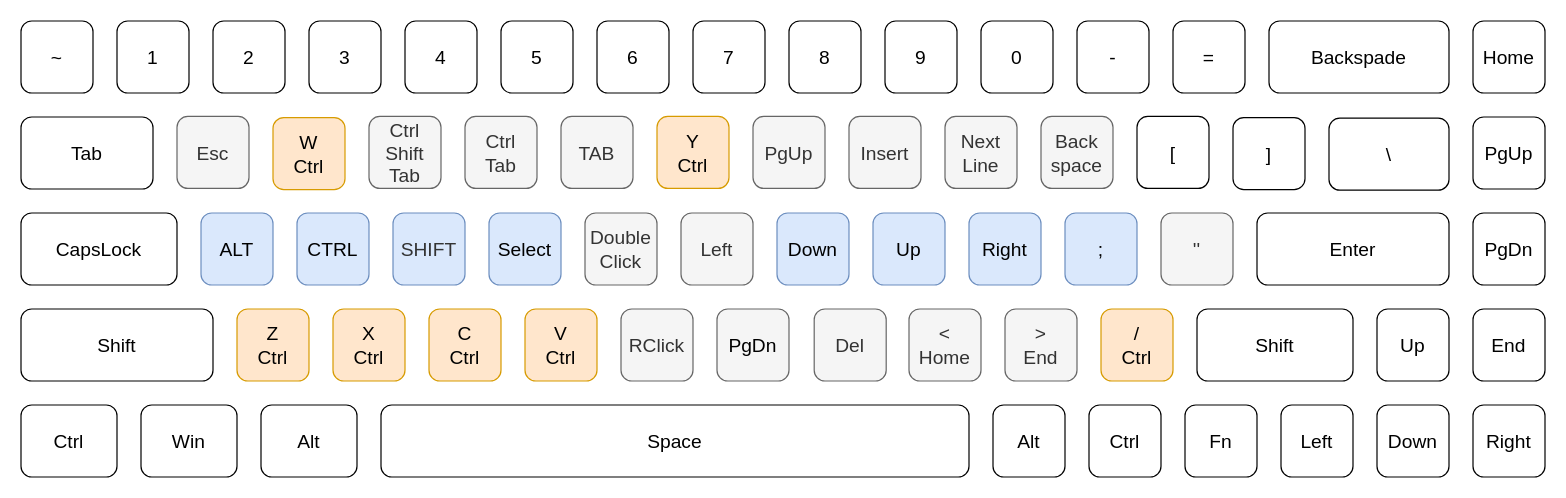
Above: Key_Mapping.drawio in HeisensOppings/AHK-Script-For-VIm (draw.io), before the change. Source tidied: cells renumbered, new cells numbered last; positions are measured from the earlier drawing's top-left corner, leaving out a move shared by most shapes. Both pictures are drawn from the tidied source at 120%, with x=0, y=0 at pixel (20, 20).
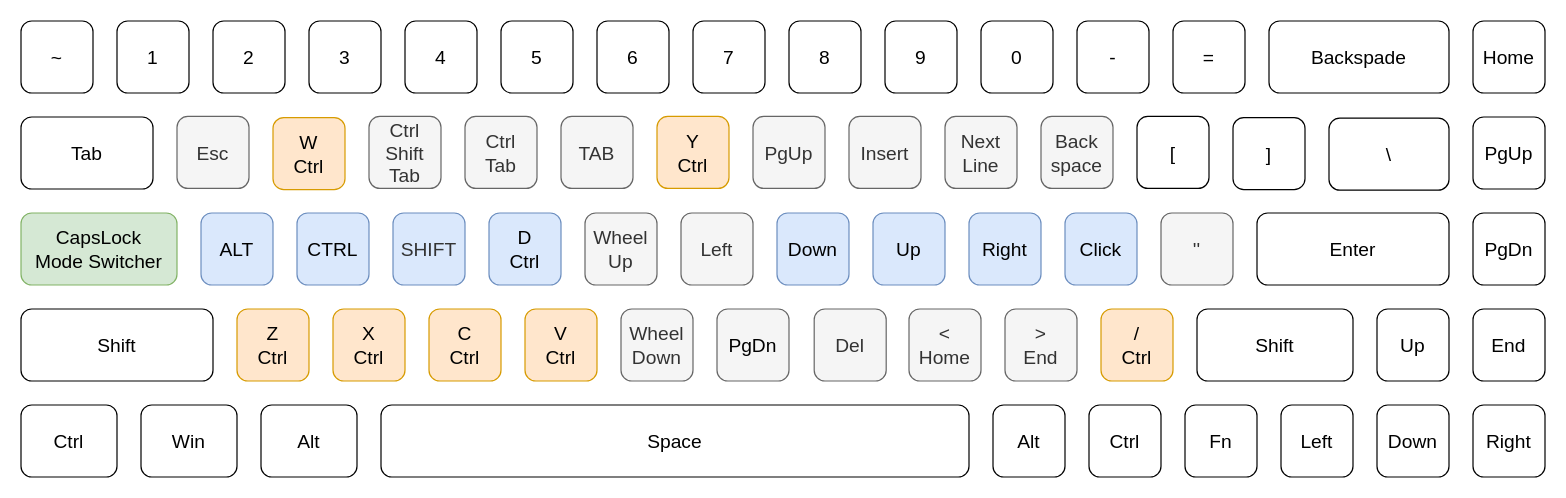
After the change.

Commit message (it also covers changes not shown here):
[ahk][fix capslock bug at startup, update features]

Change to the diagram source:
```diff
@@
-    <mxCell id="15" value=";" style="whiteSpace=wrap;html=1;rounded=1;fillColor=#dae8fc;strokeColor=#6c8ebf;fontSize=16;" parent="1" vertex="1">
+    <mxCell id="15" value="Click" style="whiteSpace=wrap;html=1;rounded=1;fillColor=#dae8fc;strokeColor=#6c8ebf;fontSize=16;" parent="1" vertex="1">
       <mxGeometry x="870" y="160" width="60" height="60" as="geometry" />
     </mxCell>
@@
-    <mxCell id="19" value="Select" style="whiteSpace=wrap;html=1;rounded=1;fillColor=#dae8fc;strokeColor=#6c8ebf;fontSize=16;" parent="1" vertex="1">
+    <mxCell id="19" value="D&lt;br&gt;Ctrl" style="whiteSpace=wrap;html=1;rounded=1;fillColor=#dae8fc;strokeColor=#6c8ebf;fontSize=16;" parent="1" vertex="1">
       <mxGeometry x="390" y="160" width="60" height="60" as="geometry" />
     </mxCell>
@@
-    <mxCell id="29" value="Double&lt;br&gt;Click" style="whiteSpace=wrap;html=1;rounded=1;fontSize=16;fillColor=#f5f5f5;fontColor=#333333;strokeColor=#666666;" parent="1" vertex="1">
+    <mxCell id="29" value="Wheel&lt;br&gt;Up" style="whiteSpace=wrap;html=1;rounded=1;fontSize=16;fillColor=#f5f5f5;fontColor=#333333;strokeColor=#666666;" parent="1" vertex="1">
       <mxGeometry x="470" y="160" width="60" height="60" as="geometry" />
     </mxCell>
-    <mxCell id="30" value="RClick" style="whiteSpace=wrap;html=1;rounded=1;fontSize=16;fillColor=#f5f5f5;fontColor=#333333;strokeColor=#666666;" parent="1" vertex="1">
+    <mxCell id="30" value="Wheel&lt;br&gt;Down" style="whiteSpace=wrap;html=1;rounded=1;fontSize=16;fillColor=#f5f5f5;fontColor=#333333;strokeColor=#666666;" parent="1" vertex="1">
       <mxGeometry x="500" y="240" width="60" height="60" as="geometry" />
     </mxCell>
@@
-    <mxCell id="35" value="CapsLock" style="rounded=1;whiteSpace=wrap;html=1;fontSize=16;" parent="1" vertex="1">
+    <mxCell id="35" value="CapsLock&lt;br&gt;Mode Switcher" style="rounded=1;whiteSpace=wrap;html=1;fontSize=16;fillColor=#d5e8d4;strokeColor=#82b366;" parent="1" vertex="1">
       <mxGeometry y="160" width="130" height="60" as="geometry" />
     </mxCell>
```
